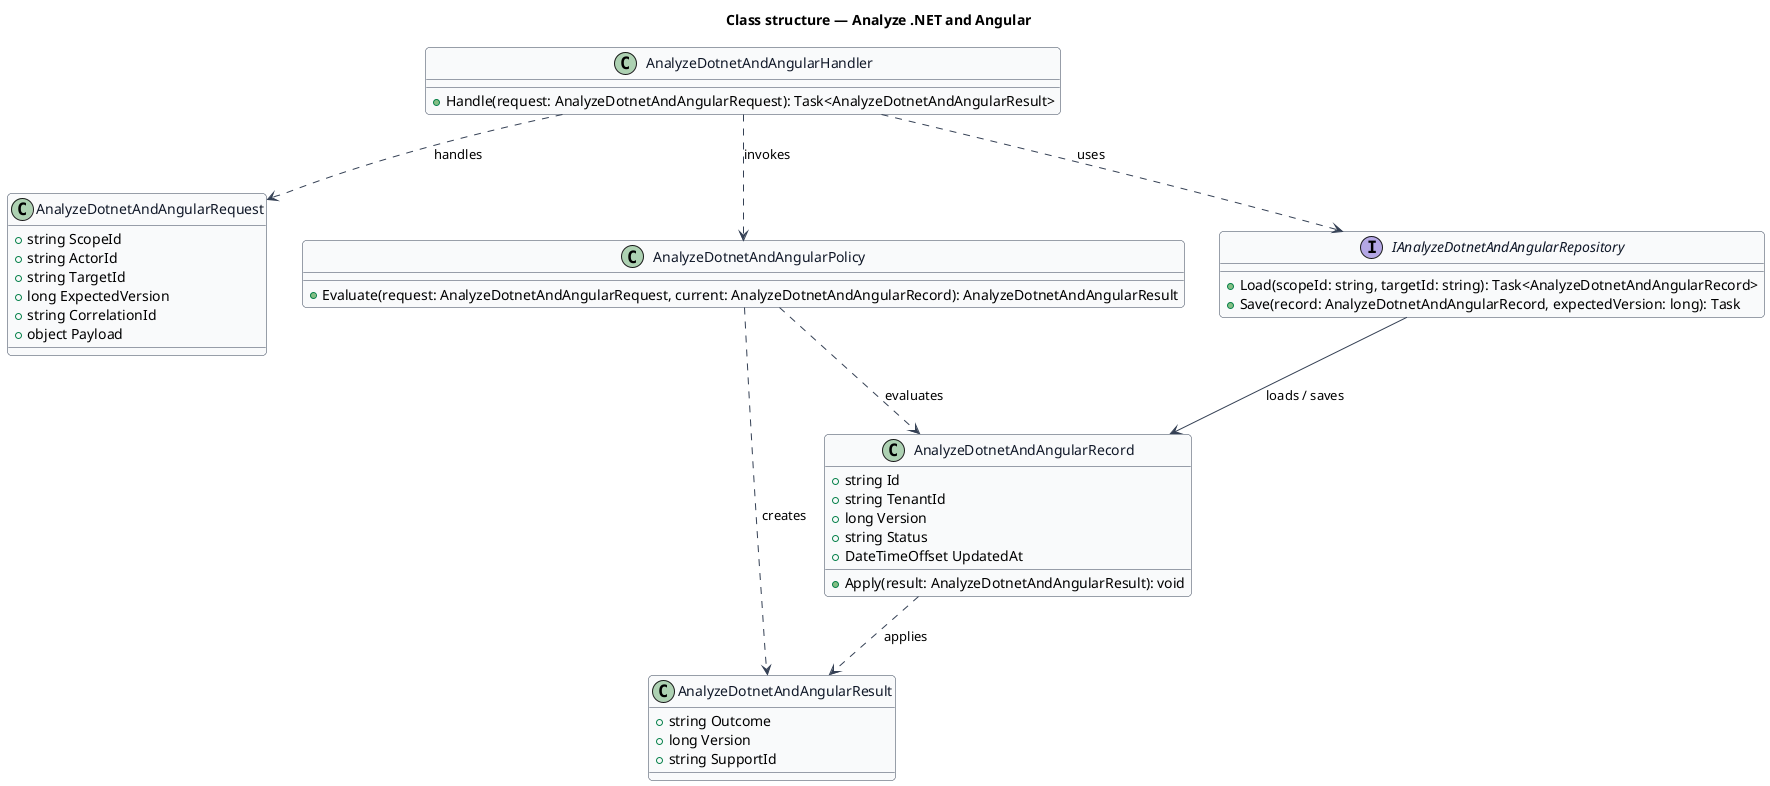
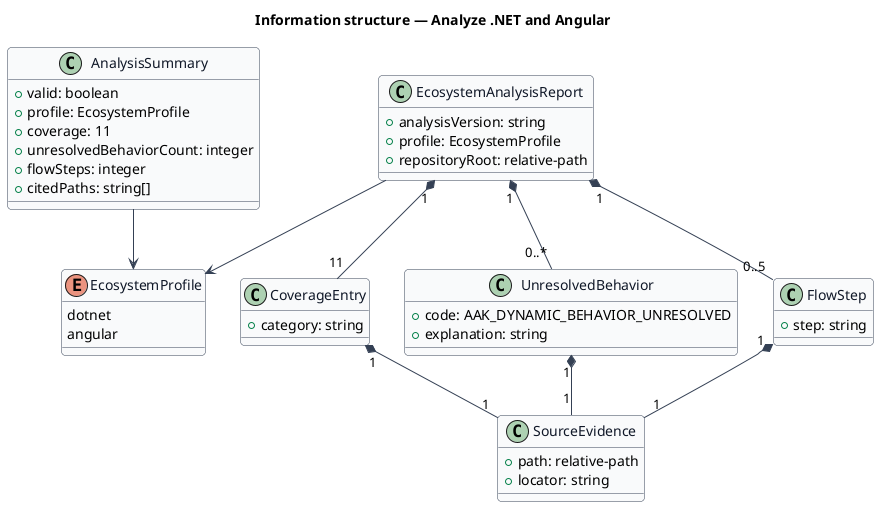
@startuml
skinparam backgroundColor #FFFFFF
skinparam shadowing false
skinparam roundcorner 8
skinparam defaultFontName Arial
skinparam ArrowColor #344054
skinparam class {
  BorderColor #344054
  FontColor #101828
  BackgroundColor #F9FAFB
}
- title Class structure — Analyze .NET and Angular
+ title Information structure — Analyze .NET and Angular

- class AnalyzeDotnetAndAngularRequest {
-   +string ScopeId
-   +string ActorId
-   +string TargetId
-   +long ExpectedVersion
-   +string CorrelationId
-   +object Payload
+ class EcosystemAnalysisReport {
+   +analysisVersion: string
+   +profile: EcosystemProfile
+   +repositoryRoot: relative-path
}

- class AnalyzeDotnetAndAngularResult {
-   +string Outcome
-   +long Version
-   +string SupportId
+ enum EcosystemProfile {
+   dotnet
+   angular
}

- class AnalyzeDotnetAndAngularRecord {
-   +string Id
-   +string TenantId
-   +long Version
-   +string Status
-   +DateTimeOffset UpdatedAt
-   +Apply(result: AnalyzeDotnetAndAngularResult): void
+ class CoverageEntry {
+   +category: string
}

- class AnalyzeDotnetAndAngularPolicy {
-   +Evaluate(request: AnalyzeDotnetAndAngularRequest, current: AnalyzeDotnetAndAngularRecord): AnalyzeDotnetAndAngularResult
+ class SourceEvidence {
+   +path: relative-path
+   +locator: string
}

- interface IAnalyzeDotnetAndAngularRepository {
-   +Load(scopeId: string, targetId: string): Task<AnalyzeDotnetAndAngularRecord>
-   +Save(record: AnalyzeDotnetAndAngularRecord, expectedVersion: long): Task
+ class UnresolvedBehavior {
+   +code: AAK_DYNAMIC_BEHAVIOR_UNRESOLVED
+   +explanation: string
}

- class AnalyzeDotnetAndAngularHandler {
-   +Handle(request: AnalyzeDotnetAndAngularRequest): Task<AnalyzeDotnetAndAngularResult>
+ class FlowStep {
+   +step: string
}

- AnalyzeDotnetAndAngularHandler ..> AnalyzeDotnetAndAngularRequest : handles
- AnalyzeDotnetAndAngularHandler ..> AnalyzeDotnetAndAngularPolicy : invokes
- AnalyzeDotnetAndAngularHandler ..> IAnalyzeDotnetAndAngularRepository : uses
- IAnalyzeDotnetAndAngularRepository --> AnalyzeDotnetAndAngularRecord : loads / saves
- AnalyzeDotnetAndAngularPolicy ..> AnalyzeDotnetAndAngularRecord : evaluates
- AnalyzeDotnetAndAngularPolicy ..> AnalyzeDotnetAndAngularResult : creates
- AnalyzeDotnetAndAngularRecord ..> AnalyzeDotnetAndAngularResult : applies
+ class AnalysisSummary {
+   +valid: boolean
+   +profile: EcosystemProfile
+   +coverage: 11
+   +unresolvedBehaviorCount: integer
+   +flowSteps: integer
+   +citedPaths: string[]
+ }
+ 
+ EcosystemAnalysisReport --> EcosystemProfile
+ EcosystemAnalysisReport "1" *-- "11" CoverageEntry
+ EcosystemAnalysisReport "1" *-- "0..*" UnresolvedBehavior
+ EcosystemAnalysisReport "1" *-- "0..5" FlowStep
+ CoverageEntry "1" *-- "1" SourceEvidence
+ UnresolvedBehavior "1" *-- "1" SourceEvidence
+ FlowStep "1" *-- "1" SourceEvidence
+ AnalysisSummary --> EcosystemProfile
@enduml
